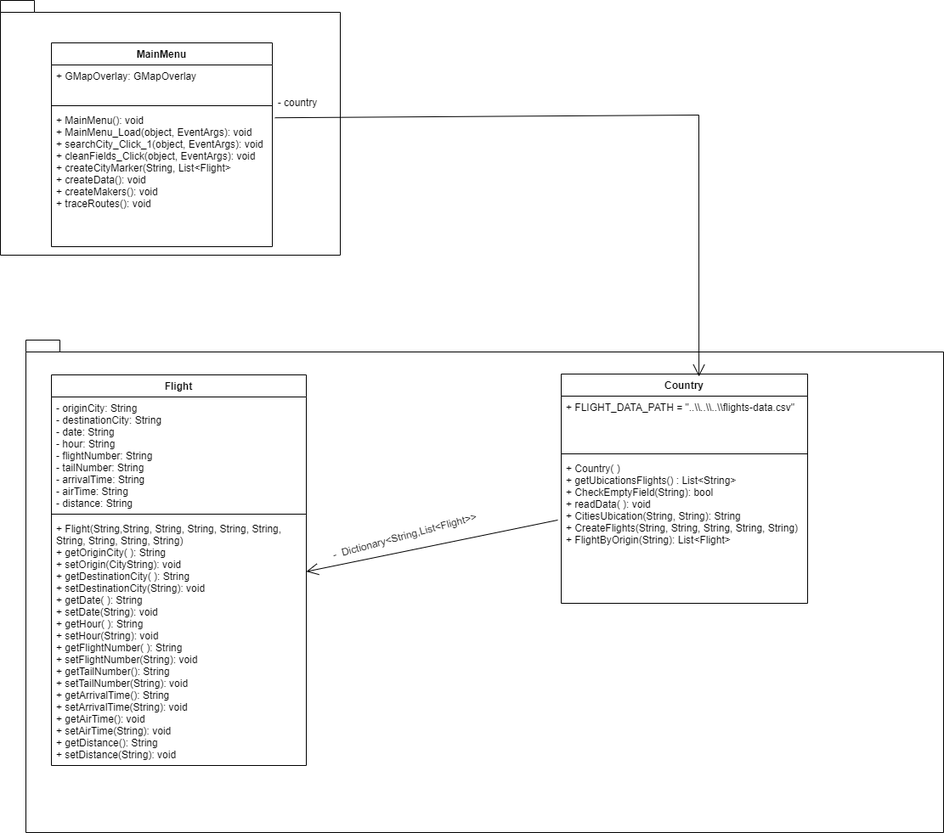
Matein092/GMap-flights- keeps this draw.io diagram as docs/class_Flights.png. Above is the earlier version. Source tidied: cells renumbered, new cells last; positions are measured from the earlier drawing's top-left corner, leaving out a move shared by most shapes.
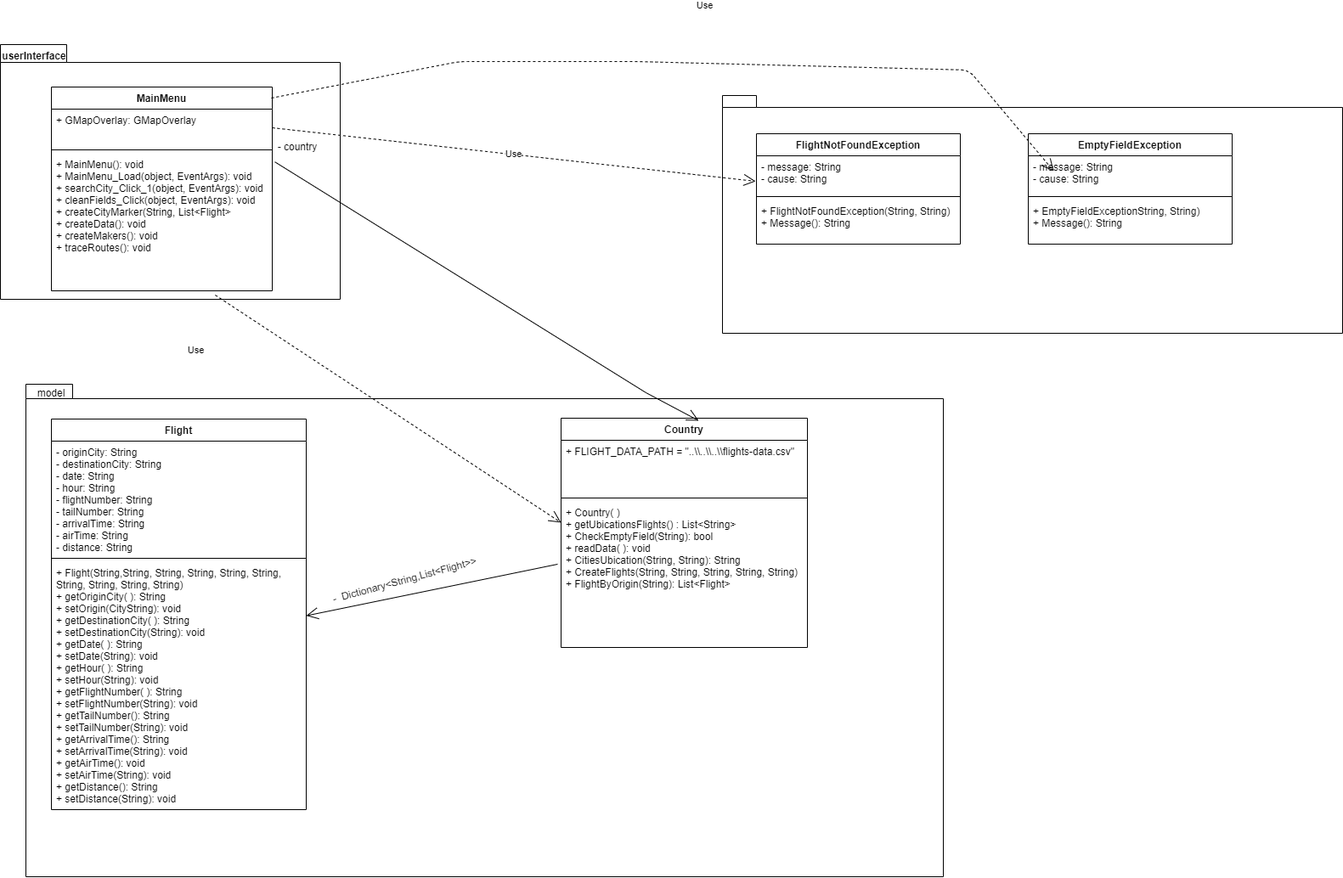
After the commit.

Commit message:
Ultimos arreglos al diagrama de clases, y se agregó el archivo pdf tanto de requerimientos como método de la ingenieria

What changed in the source:
```diff
@@ -2,10 +2,10 @@
   <root>
     <mxCell id="0" />
     <mxCell id="1" parent="0" />
-    <mxCell id="2" style="shape=folder;fontStyle=1;spacingTop=10;tabWidth=40;tabHeight=14;tabPosition=left;html=1;" parent="1" vertex="1">
+    <mxCell id="2" style="shape=folder;fontStyle=1;spacingTop=10;tabWidth=78;tabHeight=21;tabPosition=left;html=1;" parent="1" vertex="1">
       <mxGeometry width="400" height="300" as="geometry" />
     </mxCell>
-    <mxCell id="3" style="shape=folder;fontStyle=1;spacingTop=10;tabWidth=40;tabHeight=14;tabPosition=left;html=1;" parent="1" vertex="1">
+    <mxCell id="3" style="shape=folder;fontStyle=1;spacingTop=10;tabWidth=55;tabHeight=17;tabPosition=left;html=1;" parent="1" vertex="1">
       <mxGeometry x="30" y="400" width="1080" height="580" as="geometry" />
     </mxCell>
     <mxCell id="4" value="Flight" style="swimlane;fontStyle=1;align=center;verticalAlign=top;horizontal=1;startSize=26;" parent="1" vertex="1">
@@ -53,12 +53,60 @@
     <mxCell id="18" style="endArrow=open;endFill=1;endSize=12;html=1;entryX=0.559;entryY=0.011;entryDx=0;entryDy=0;entryPerimeter=0;exitX=1.012;exitY=0.063;exitDx=0;exitDy=0;exitPerimeter=0;rounded=0;" parent="1" edge="1" source="17" target="8">
       <mxGeometry relative="1" as="geometry">
         <Array as="points">
-          <mxPoint x="822" y="135" />
+          <mxPoint x="760" y="410" />
         </Array>
       </mxGeometry>
     </mxCell>
     <mxCell id="19" value="- country" style="text;html=1;strokeColor=none;fillColor=none;align=center;verticalAlign=middle;whiteSpace=wrap;rounded=0;" parent="1" vertex="1">
       <mxGeometry x="320" y="110" width="60" height="20" as="geometry" />
     </mxCell>
+    <mxCell id="20" style="shape=folder;fontStyle=1;spacingTop=10;tabWidth=40;tabHeight=14;tabPosition=left;html=1;" parent="1" vertex="1">
+      <mxGeometry x="850" y="60" width="730" height="280" as="geometry" />
+    </mxCell>
+    <mxCell id="21" value="userInterface" style="text;align=center;fontStyle=1;verticalAlign=middle;spacingLeft=3;spacingRight=3;strokeColor=none;" parent="1" vertex="1">
+      <mxGeometry x="10" width="60" height="26" as="geometry" />
+    </mxCell>
+    <mxCell id="22" value="model" style="text;html=1;strokeColor=none;fillColor=none;align=center;verticalAlign=middle;whiteSpace=wrap;rounded=0;" parent="1" vertex="1">
+      <mxGeometry x="40" y="400" width="40" height="20" as="geometry" />
+    </mxCell>
+    <mxCell id="23" value="FlightNotFoundException" style="swimlane;fontStyle=1;align=center;verticalAlign=top;horizontal=1;startSize=26;" parent="1" vertex="1">
+      <mxGeometry x="890" y="105" width="240" height="130" as="geometry" />
+    </mxCell>
+    <mxCell id="24" value="- message: String&#10;- cause: String" style="text;strokeColor=none;fillColor=none;align=left;verticalAlign=top;spacingLeft=4;spacingRight=4;overflow=hidden;points=[[0,0.5],[1,0.5]];portConstraint=eastwest;" parent="23" vertex="1">
+      <mxGeometry y="26" width="240" height="44" as="geometry" />
+    </mxCell>
+    <mxCell id="25" style="line;strokeWidth=1;fillColor=none;align=left;verticalAlign=middle;spacingTop=-1;spacingLeft=3;spacingRight=3;labelPosition=right;" parent="23" vertex="1">
+      <mxGeometry y="70" width="240" height="8" as="geometry" />
+    </mxCell>
+    <mxCell id="26" value="+ FlightNotFoundException(String, String)&#10;+ Message(): String" style="text;strokeColor=none;fillColor=none;align=left;verticalAlign=top;spacingLeft=4;spacingRight=4;overflow=hidden;" parent="23" vertex="1">
+      <mxGeometry y="78" width="240" height="52" as="geometry" />
+    </mxCell>
+    <mxCell id="27" value="EmptyFieldException" style="swimlane;fontStyle=1;align=center;verticalAlign=top;horizontal=1;startSize=26;" parent="1" vertex="1">
+      <mxGeometry x="1210" y="105" width="240" height="130" as="geometry" />
+    </mxCell>
+    <mxCell id="28" value="- message: String&#10;- cause: String" style="text;strokeColor=none;fillColor=none;align=left;verticalAlign=top;spacingLeft=4;spacingRight=4;overflow=hidden;points=[[0,0.5],[1,0.5]];portConstraint=eastwest;" parent="27" vertex="1">
+      <mxGeometry y="26" width="240" height="44" as="geometry" />
+    </mxCell>
+    <mxCell id="29" style="line;strokeWidth=1;fillColor=none;align=left;verticalAlign=middle;spacingTop=-1;spacingLeft=3;spacingRight=3;labelPosition=right;" parent="27" vertex="1">
+      <mxGeometry y="70" width="240" height="8" as="geometry" />
+    </mxCell>
+    <mxCell id="30" value="+ EmptyFieldExceptionString, String)&#10;+ Message(): String" style="text;strokeColor=none;fillColor=none;align=left;verticalAlign=top;spacingLeft=4;spacingRight=4;overflow=hidden;fontStyle=0;" parent="27" vertex="1">
+      <mxGeometry y="78" width="240" height="52" as="geometry" />
+    </mxCell>
+    <mxCell id="31" value="Use" style="endArrow=open;endSize=12;dashed=1;html=1;exitX=1;exitY=0.5;exitDx=0;exitDy=0;entryX=-0.004;entryY=0.682;entryDx=0;entryDy=0;entryPerimeter=0;" parent="1" edge="1" source="15" target="24">
+      <mxGeometry relative="1" as="geometry" />
+    </mxCell>
+    <mxCell id="32" value="Use" style="endArrow=open;endSize=12;dashed=1;html=1;entryX=0.125;entryY=0.409;entryDx=0;entryDy=0;entryPerimeter=0;exitX=0.996;exitY=0.054;exitDx=0;exitDy=0;exitPerimeter=0;" parent="1" edge="1" source="14" target="28">
+      <mxGeometry x="0.04" y="68" relative="1" as="geometry">
+        <Array as="points">
+          <mxPoint x="540" y="20" />
+          <mxPoint x="750" y="20" />
+          <mxPoint x="1140" y="30" />
+        </Array>
+      </mxGeometry>
+    </mxCell>
+    <mxCell id="33" value="Use" style="endArrow=open;endSize=12;dashed=1;html=1;exitX=0.742;exitY=1.031;exitDx=0;exitDy=0;exitPerimeter=0;entryX=0;entryY=0.145;entryDx=0;entryDy=0;entryPerimeter=0;" parent="1" edge="1" source="17" target="11">
+      <mxGeometry x="-0.93" y="-67" relative="1" as="geometry" />
+    </mxCell>
   </root>
 </mxGraphModel>
```
